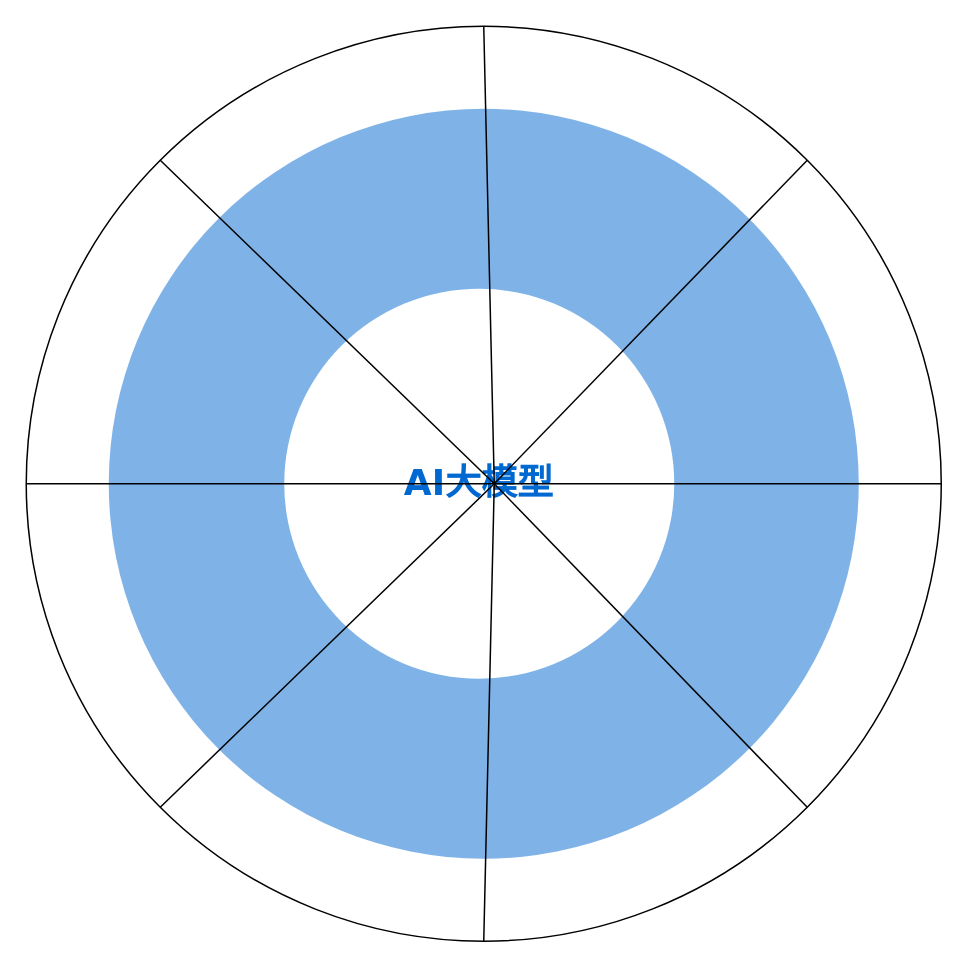
Earlier version of the draw.io diagram 三化图.drawio (KEYD111/DRAWIO). Source tidied: cells renumbered, new cells numbered last; positions are measured from the earlier drawing's top-left corner, leaving out a move shared by most shapes. Both pictures are drawn from the tidied source at 150%, with x=0, y=0 at pixel (26, 26).
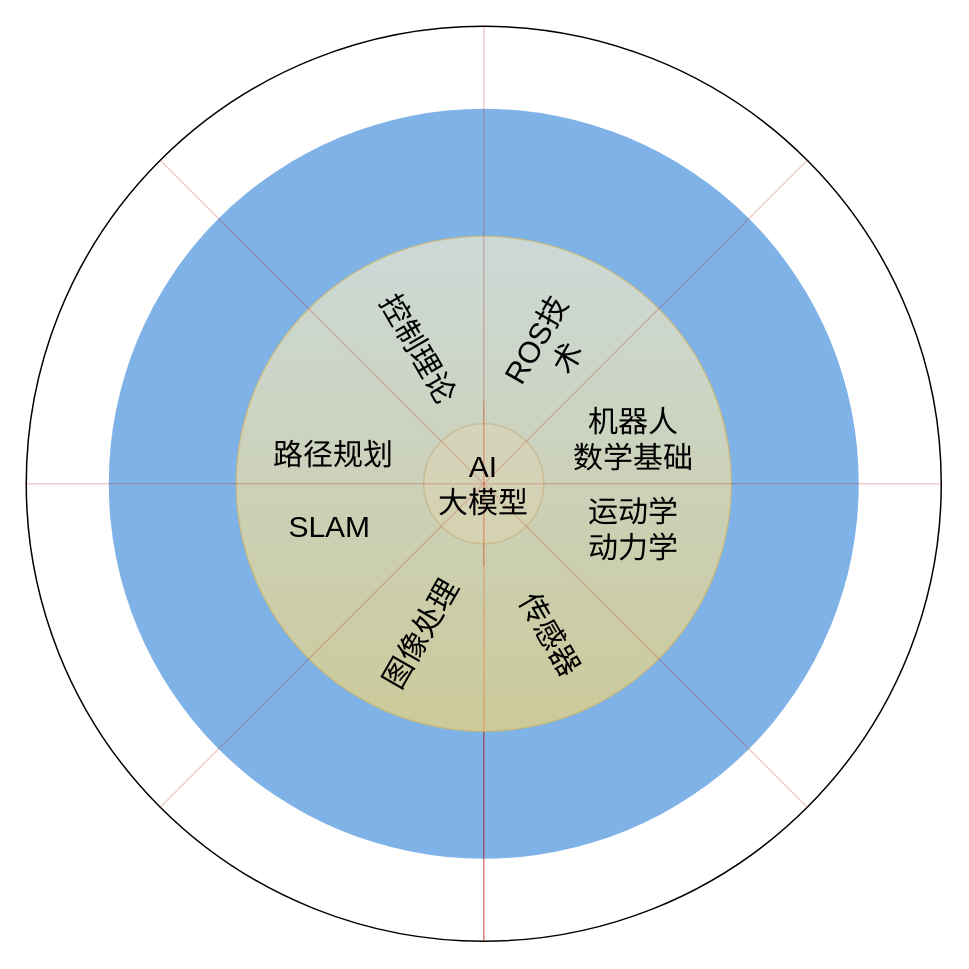
Above is the later version.

Commit message (it also covers changes not shown here):
更新三化图.drawio

Unchanged cells that the change refers to:
```xml
<mxCell id="2" style="ellipse;whiteSpace=wrap;html=1;" parent="1" vertex="1">
  <mxGeometry width="610" height="610" as="geometry" />
</mxCell>
```

The edit, as a diff of the source:
```diff
@@
-    <mxCell id="4" value="&lt;font style=&quot;font-size: 24px;&quot;&gt;AI大模型&lt;/font&gt;" style="ellipse;whiteSpace=wrap;html=1;rounded=0;shadow=0;comic=0;strokeWidth=1;fontFamily=Verdana;fontSize=22;strokeColor=none;fillColor=#ffffff;fontColor=#0069D1;fontStyle=1;" parent="1" vertex="1">
-      <mxGeometry x="172" y="175" width="260" height="260" as="geometry" />
-    </mxCell>
+    <mxCell id="13" style="endArrow=none;html=1;rounded=0;entryX=0.5;entryY=0;entryDx=0;entryDy=0;opacity=50;fillColor=#e51400;strokeColor=#B20000;exitX=0.5;exitY=1;exitDx=0;exitDy=0;" parent="1" edge="1" source="2">
+      <mxGeometry relative="1" as="geometry">
+        <mxPoint x="305" y="250" as="targetPoint" />
+      </mxGeometry>
+    </mxCell>
+    <mxCell id="14" style="ellipse;whiteSpace=wrap;html=1;fillColor=#fff2cc;gradientColor=#ffd966;strokeColor=#d6b656;opacity=60;" parent="1" vertex="1">
+      <mxGeometry x="140" y="140" width="330" height="330" as="geometry" />
+    </mxCell>
-    <mxCell id="5" style="endArrow=none;html=1;rounded=0;entryX=1;entryY=0;entryDx=0;entryDy=0;" parent="1" edge="1" target="2">
-      <mxGeometry relative="1" as="geometry">
-        <mxPoint x="312" y="305" as="sourcePoint" />
-      </mxGeometry>
+    <mxCell id="5" style="endArrow=none;html=1;rounded=0;entryX=1;entryY=0;entryDx=0;entryDy=0;opacity=20;fillColor=#e51400;strokeColor=#B20000;exitX=0;exitY=1;exitDx=0;exitDy=0;" parent="1" edge="1" source="2" target="2">
+      <mxGeometry relative="1" as="geometry" />
     </mxCell>
-    <mxCell id="6" style="endArrow=none;html=1;rounded=0;entryX=1;entryY=0.5;entryDx=0;entryDy=0;" parent="1" edge="1" target="2">
-      <mxGeometry relative="1" as="geometry">
-        <mxPoint x="312" y="305" as="sourcePoint" />
-      </mxGeometry>
-    </mxCell>
-    <mxCell id="7" style="endArrow=none;html=1;rounded=0;entryX=1;entryY=1;entryDx=0;entryDy=0;" parent="1" edge="1" target="2">
-      <mxGeometry relative="1" as="geometry">
-        <mxPoint x="312" y="305" as="sourcePoint" />
-      </mxGeometry>
-    </mxCell>
-    <mxCell id="8" style="endArrow=none;html=1;rounded=0;entryX=0.5;entryY=1;entryDx=0;entryDy=0;" parent="1" edge="1" target="2">
-      <mxGeometry relative="1" as="geometry">
-        <mxPoint x="312" y="305" as="sourcePoint" />
-      </mxGeometry>
-    </mxCell>
-    <mxCell id="9" style="endArrow=none;html=1;rounded=0;entryX=0;entryY=1;entryDx=0;entryDy=0;" parent="1" edge="1" target="2">
-      <mxGeometry relative="1" as="geometry">
-        <mxPoint x="312" y="305" as="sourcePoint" />
-      </mxGeometry>
-    </mxCell>
-    <mxCell id="10" style="endArrow=none;html=1;rounded=0;entryX=0;entryY=0.5;entryDx=0;entryDy=0;" parent="1" edge="1" target="2">
-      <mxGeometry relative="1" as="geometry">
-        <mxPoint x="312" y="305" as="sourcePoint" />
-      </mxGeometry>
-    </mxCell>
-    <mxCell id="11" style="endArrow=none;html=1;rounded=0;entryX=0.5;entryY=0;entryDx=0;entryDy=0;" parent="1" edge="1" target="2">
+    <mxCell id="11" style="endArrow=none;html=1;rounded=0;entryX=0.5;entryY=0;entryDx=0;entryDy=0;opacity=20;fillColor=#e51400;strokeColor=#B20000;exitX=0.5;exitY=1;exitDx=0;exitDy=0;" parent="1" edge="1" target="2">
       <mxGeometry relative="1" as="geometry">
-        <mxPoint x="312" y="305" as="sourcePoint" />
+        <mxPoint x="305" y="360" as="sourcePoint" />
       </mxGeometry>
     </mxCell>
-    <mxCell id="12" style="endArrow=none;html=1;rounded=0;entryX=0;entryY=0;entryDx=0;entryDy=0;" parent="1" edge="1" target="2">
-      <mxGeometry relative="1" as="geometry">
-        <mxPoint x="312" y="305" as="sourcePoint" />
-      </mxGeometry>
+    <mxCell id="12" style="endArrow=none;html=1;rounded=0;entryX=0;entryY=0;entryDx=0;entryDy=0;opacity=20;fillColor=#e51400;strokeColor=#B20000;exitX=1;exitY=1;exitDx=0;exitDy=0;" parent="1" edge="1" source="2" target="2">
+      <mxGeometry relative="1" as="geometry" />
     </mxCell>
+    <mxCell id="6" style="endArrow=none;html=1;rounded=0;entryX=1;entryY=0.5;entryDx=0;entryDy=0;opacity=20;fillColor=#e51400;strokeColor=#B20000;exitX=0;exitY=0.5;exitDx=0;exitDy=0;" parent="1" edge="1" source="2" target="2">
+      <mxGeometry relative="1" as="geometry" />
+    </mxCell>
+    <mxCell id="15" value="AI&lt;div&gt;大模型&lt;/div&gt;" style="ellipse;whiteSpace=wrap;html=1;fontSize=20;fillColor=#fad7ac;strokeColor=#b46504;opacity=20;" parent="1" vertex="1">
+      <mxGeometry x="265" y="265" width="80" height="80" as="geometry" />
+    </mxCell>
+    <mxCell id="16" value="&lt;span style=&quot;font-family: 宋体; text-align: justify;&quot;&gt;ROS技术&lt;/span&gt;" style="rounded=0;whiteSpace=wrap;html=1;fontSize=20;strokeColor=none;rotation=-60;opacity=0;" parent="1" vertex="1">
+      <mxGeometry x="310" y="205" width="80" height="20" as="geometry" />
+    </mxCell>
+    <mxCell id="17" value="&lt;span style=&quot;font-family: 宋体; text-align: justify;&quot;&gt;机器人&lt;/span&gt;&lt;div&gt;&lt;span style=&quot;font-family: 宋体; text-align: justify;&quot;&gt;数学基础&lt;/span&gt;&lt;/div&gt;" style="rounded=0;whiteSpace=wrap;html=1;fontSize=20;strokeColor=none;opacity=0;" parent="1" vertex="1">
+      <mxGeometry x="360" y="255" width="90" height="40" as="geometry" />
+    </mxCell>
+    <mxCell id="18" value="&lt;span style=&quot;font-family: 宋体; text-align: justify;&quot;&gt;运动学&lt;/span&gt;&lt;div&gt;&lt;span style=&quot;font-family: 宋体; text-align: justify;&quot;&gt;动力学&lt;/span&gt;&lt;/div&gt;" style="rounded=0;whiteSpace=wrap;html=1;fontSize=20;strokeColor=none;opacity=0;" parent="1" vertex="1">
+      <mxGeometry x="360" y="315" width="90" height="40" as="geometry" />
+    </mxCell>
+    <mxCell id="19" value="&lt;span style=&quot;font-family: 宋体; text-align: justify;&quot;&gt;传感器&lt;/span&gt;" style="rounded=0;whiteSpace=wrap;html=1;fontSize=20;strokeColor=none;rotation=60;opacity=0;" parent="1" vertex="1">
+      <mxGeometry x="307.5" y="395" width="85" height="20" as="geometry" />
+    </mxCell>
+    <mxCell id="20" value="&lt;span style=&quot;font-family: 宋体; text-align: justify;&quot;&gt;图像处理&lt;/span&gt;" style="rounded=0;whiteSpace=wrap;html=1;fontSize=20;strokeColor=none;rotation=-60;opacity=0;" parent="1" vertex="1">
+      <mxGeometry x="220" y="395" width="85" height="20" as="geometry" />
+    </mxCell>
+    <mxCell id="21" value="&lt;span style=&quot;font-family: 宋体; text-align: justify;&quot;&gt;路径规划&lt;/span&gt;" style="rounded=0;whiteSpace=wrap;html=1;fontSize=20;strokeColor=none;opacity=0;" parent="1" vertex="1">
+      <mxGeometry x="160" y="275" width="90" height="20" as="geometry" />
+    </mxCell>
+    <mxCell id="22" value="&lt;span style=&quot;font-family: 宋体; text-align: justify;&quot;&gt;控制理论&lt;/span&gt;" style="rounded=0;whiteSpace=wrap;html=1;fontSize=20;strokeColor=none;rotation=60;opacity=0;" parent="1" vertex="1">
+      <mxGeometry x="220" y="205" width="85" height="20" as="geometry" />
+    </mxCell>
+    <mxCell id="23" value="&lt;span style=&quot;font-family: 宋体; text-align: justify;&quot;&gt;SLAM&lt;/span&gt;" style="rounded=0;whiteSpace=wrap;html=1;fontSize=20;strokeColor=none;opacity=0;" parent="1" vertex="1">
+      <mxGeometry x="160" y="323" width="85" height="20" as="geometry" />
+    </mxCell>
```
